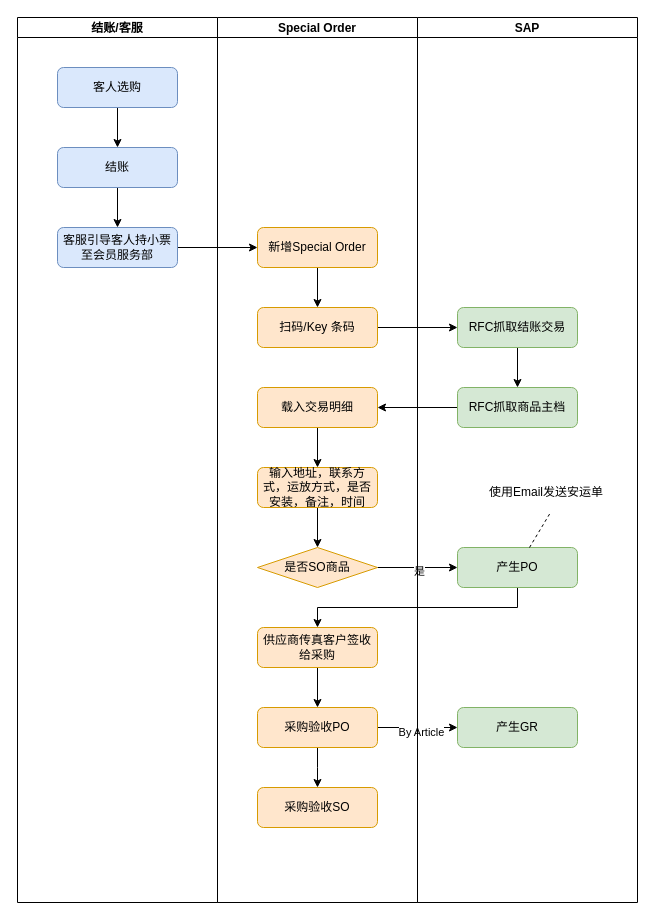
luss613/draw.io keeps this draw.io diagram as page "销售" (1 of 2) of Special Order.drawio. Above is the earlier version. Source tidied: cells renumbered, new cells numbered last; positions are measured from the earlier drawing's top-left corner, leaving out a move shared by most shapes. Both pictures are drawn from the tidied source at 100%, with x=0, y=0 at pixel (17, 17).
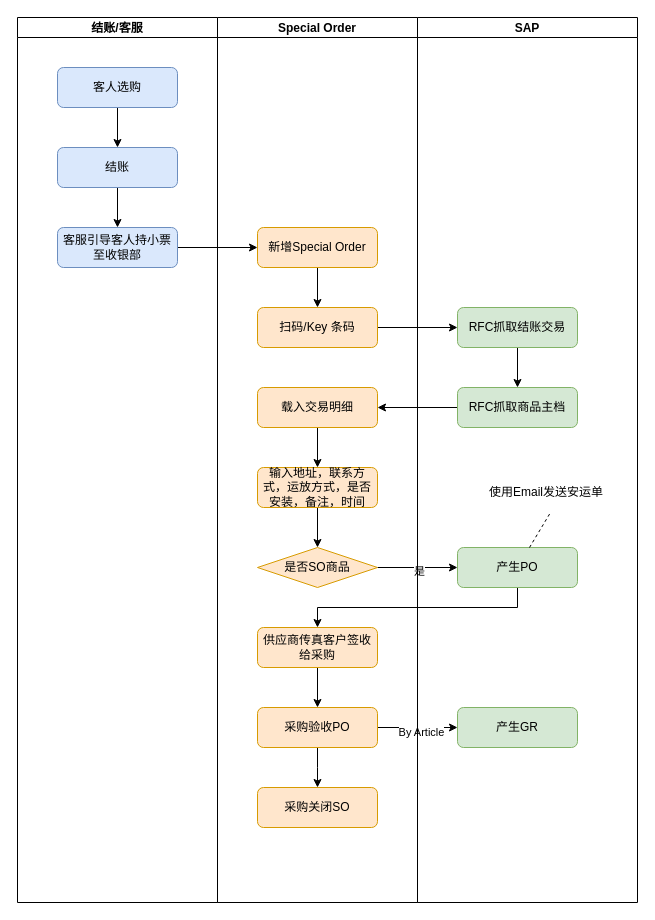
The same diagram, later.

Diff of the diagram source:
```diff
@@
-    <mxCell id="9" value="客服引导客人持小票至会员服务部" style="rounded=1;whiteSpace=wrap;html=1;fontSize=12;glass=0;strokeWidth=1;shadow=0;fillColor=#dae8fc;strokeColor=#6c8ebf;" parent="1" vertex="1">
+    <mxCell id="9" value="客服引导客人持小票至收银部" style="rounded=1;whiteSpace=wrap;html=1;fontSize=12;glass=0;strokeWidth=1;shadow=0;fillColor=#dae8fc;strokeColor=#6c8ebf;" parent="1" vertex="1">
       <mxGeometry x="40" y="210" width="120" height="40" as="geometry" />
     </mxCell>
@@
-    <mxCell id="33" value="采购验收SO" style="rounded=1;whiteSpace=wrap;html=1;fontSize=12;glass=0;strokeWidth=1;shadow=0;fillColor=#ffe6cc;strokeColor=#d79b00;" parent="1" vertex="1">
+    <mxCell id="33" value="采购关闭SO" style="rounded=1;whiteSpace=wrap;html=1;fontSize=12;glass=0;strokeWidth=1;shadow=0;fillColor=#ffe6cc;strokeColor=#d79b00;" parent="1" vertex="1">
       <mxGeometry x="240" y="770" width="120" height="40" as="geometry" />
     </mxCell>
```
